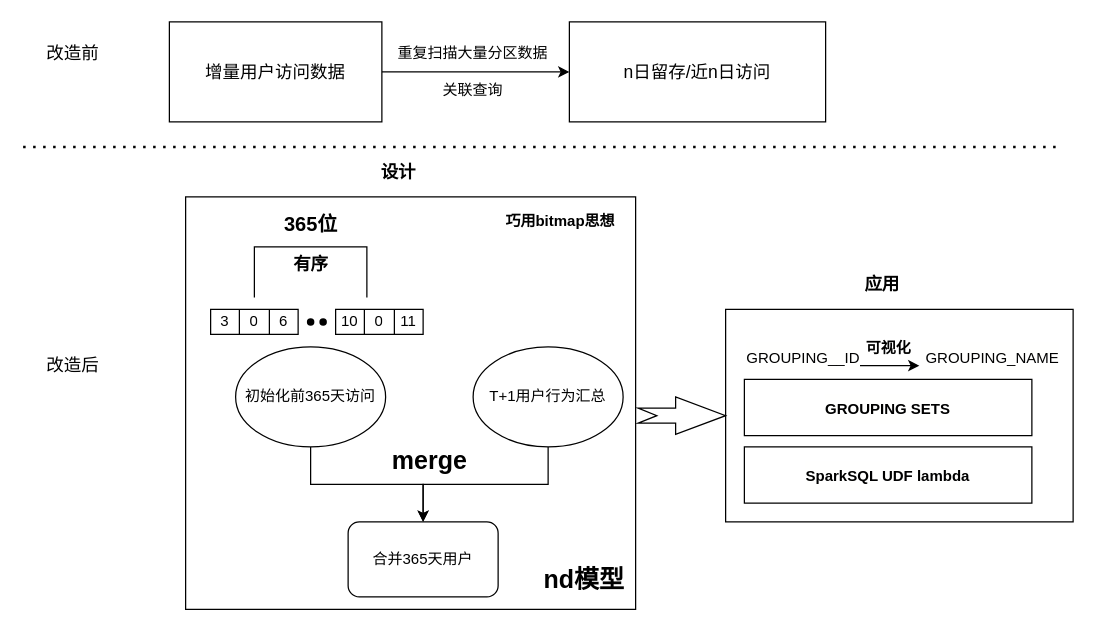
Above: nd模型原理图.drawio in mineminemine123/work-wiki (draw.io), before the change. Source tidied: cells renumbered, new cells numbered last; positions are measured from the earlier drawing's top-left corner, leaving out a move shared by most shapes. Both pictures are drawn from the tidied source at 125%, with x=0, y=0 at pixel (22, 21).
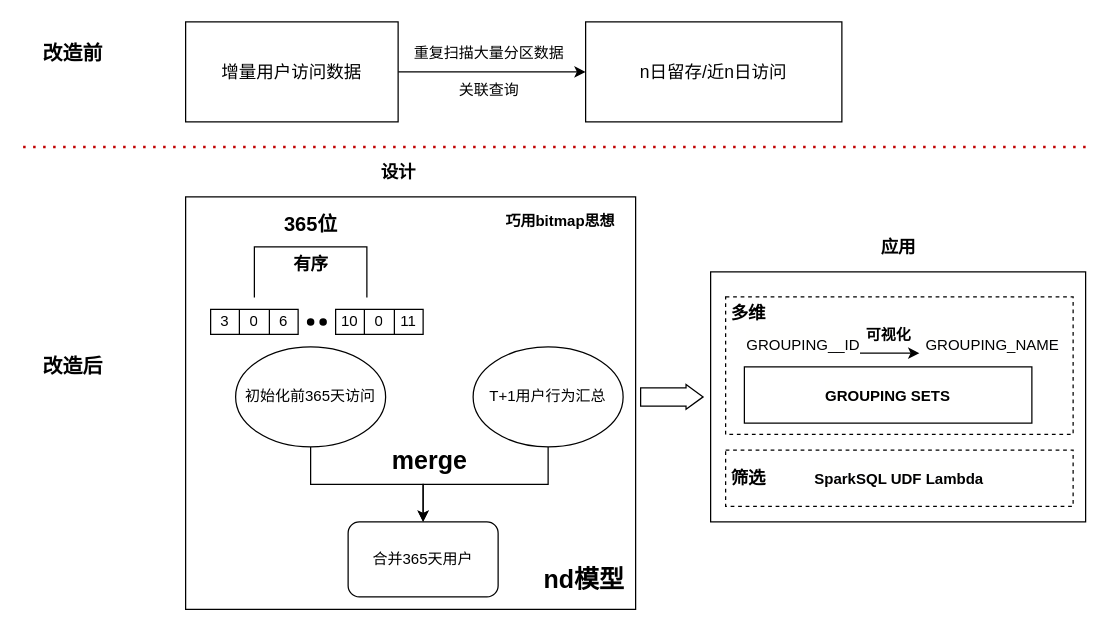
Above is the later version.

Commit message:
更新nd模型原理图.drawio

What changed in the source:
```diff
@@
+    <mxCell id="45" style="rounded=0;whiteSpace=wrap;html=1;fontFamily=微软雅黑;" parent="1" vertex="1">
+      <mxGeometry x="550" y="200" width="300" height="200" as="geometry" />
+    </mxCell>
-    <mxCell id="2" style="rounded=0;whiteSpace=wrap;html=1;fontSize=14;fontColor=#000000;fontFamily=微软雅黑;" parent="1" vertex="1">
-      <mxGeometry x="562" y="230" width="278" height="170" as="geometry" />
+    <mxCell id="2" style="rounded=0;whiteSpace=wrap;html=1;fontSize=14;fontColor=#000000;fontFamily=微软雅黑;dashed=1;" parent="1" vertex="1">
+      <mxGeometry x="562" y="220" width="278" height="110" as="geometry" />
     </mxCell>
@@
     <mxCell id="28" value="&lt;div style=&quot;background-color: rgb(255, 255, 254); line-height: 24px;&quot;&gt;&lt;b&gt;GROUPING&amp;nbsp;SETS&lt;/b&gt;&lt;/div&gt;" style="rounded=0;whiteSpace=wrap;html=1;fontFamily=微软雅黑;" parent="1" vertex="1">
-      <mxGeometry x="577" y="286" width="230" height="45" as="geometry" />
+      <mxGeometry x="577" y="276" width="230" height="45" as="geometry" />
     </mxCell>
     <mxCell id="29" style="edgeStyle=orthogonalEdgeStyle;rounded=0;jettySize=auto;html=1;fontSize=14;fontColor=#000000;fontFamily=微软雅黑;" parent="1" edge="1" source="30">
       <mxGeometry relative="1" as="geometry">
-        <mxPoint x="717" y="275" as="targetPoint" />
+        <mxPoint x="717" y="265" as="targetPoint" />
       </mxGeometry>
     </mxCell>
     <mxCell id="30" value="&lt;div style=&quot;color: rgb(0, 0, 0); background-color: rgb(255, 255, 254); font-weight: normal; font-size: 12px; line-height: 24px;&quot;&gt;&lt;div&gt;&lt;span style=&quot;color: #000000;&quot;&gt;GROUPING__ID&lt;/span&gt;&lt;/div&gt;&lt;/div&gt;" style="text;whiteSpace=wrap;html=1;fontSize=14;fontColor=#000000;fontFamily=微软雅黑;" parent="1" vertex="1">
-      <mxGeometry x="577" y="250" width="90" height="50" as="geometry" />
+      <mxGeometry x="577" y="240" width="90" height="50" as="geometry" />
     </mxCell>
     <mxCell id="31" value="&lt;div style=&quot;color: rgb(0, 0, 0); background-color: rgb(255, 255, 254); font-weight: normal; font-size: 12px; line-height: 24px;&quot;&gt;&lt;div&gt;&lt;span style=&quot;color: #000000;&quot;&gt;&amp;nbsp;&lt;/span&gt;GROUPING_NAME&lt;/div&gt;&lt;/div&gt;" style="text;whiteSpace=wrap;html=1;fontSize=14;fontColor=#000000;fontFamily=微软雅黑;" parent="1" vertex="1">
-      <mxGeometry x="717" y="250" width="110" height="50" as="geometry" />
+      <mxGeometry x="717" y="240" width="110" height="50" as="geometry" />
     </mxCell>
     <mxCell id="32" value="&lt;font style=&quot;font-size: 12px;&quot;&gt;可视化&lt;/font&gt;" style="text;strokeColor=none;fillColor=none;html=1;fontSize=14;fontStyle=1;verticalAlign=middle;align=center;fontColor=#000000;fontFamily=微软雅黑;" parent="1" vertex="1">
-      <mxGeometry x="642" y="240" width="100" height="40" as="geometry" />
+      <mxGeometry x="642" y="230" width="100" height="40" as="geometry" />
     </mxCell>
@@
-    <mxCell id="34" value="应用" style="text;strokeColor=none;fillColor=none;html=1;fontSize=14;fontStyle=1;verticalAlign=middle;align=center;fontColor=#000000;fontFamily=微软雅黑;" parent="1" vertex="1">
-      <mxGeometry x="637" y="190" width="100" height="40" as="geometry" />
+    <mxCell id="34" value="多维" style="text;strokeColor=none;fillColor=none;html=1;fontSize=14;fontStyle=1;verticalAlign=middle;align=center;fontColor=#000000;fontFamily=微软雅黑;" parent="1" vertex="1">
+      <mxGeometry x="530" y="212.5" width="100" height="40" as="geometry" />
     </mxCell>
-    <mxCell id="35" style="html=1;shadow=0;dashed=0;align=center;verticalAlign=middle;shape=mxgraph.arrows2.arrow;dy=0.6;dx=40;notch=15;fontSize=14;fontColor=#000000;fontFamily=微软雅黑;" parent="1" vertex="1">
-      <mxGeometry x="492" y="300" width="70" height="30" as="geometry" />
-    </mxCell>
-    <mxCell id="36" value="&lt;div style=&quot;background-color: rgb(255, 255, 254); line-height: 24px;&quot;&gt;&lt;b style=&quot;border-color: var(--border-color); text-align: left;&quot;&gt;SparkSQL UDF lambda&lt;/b&gt;&lt;br&gt;&lt;/div&gt;" style="rounded=0;whiteSpace=wrap;html=1;fontFamily=微软雅黑;" parent="1" vertex="1">
-      <mxGeometry x="577" y="340" width="230" height="45" as="geometry" />
+    <mxCell id="36" value="&lt;div style=&quot;background-color: rgb(255, 255, 254); line-height: 24px;&quot;&gt;&lt;b style=&quot;border-color: var(--border-color); text-align: left;&quot;&gt;SparkSQL UDF Lambda&lt;/b&gt;&lt;br&gt;&lt;/div&gt;" style="rounded=0;whiteSpace=wrap;html=1;fontFamily=微软雅黑;dashed=1;" parent="1" vertex="1">
+      <mxGeometry x="562" y="342.5" width="278" height="45" as="geometry" />
     </mxCell>
-    <mxCell id="37" style="endArrow=none;dashed=1;html=1;dashPattern=1 3;strokeWidth=2;rounded=0;fontFamily=微软雅黑;" parent="1" edge="1">
+    <mxCell id="37" style="endArrow=none;dashed=1;html=1;dashPattern=1 3;strokeWidth=2;rounded=0;fontFamily=微软雅黑;strokeColor=#C00000;" parent="1" edge="1">
       <mxGeometry relative="1" as="geometry">
         <mxPoint y="100" as="sourcePoint" />
-        <mxPoint x="830" y="100" as="targetPoint" />
+        <mxPoint x="850" y="100" as="targetPoint" />
       </mxGeometry>
     </mxCell>
-    <mxCell id="38" value="&lt;font style=&quot;font-size: 14px;&quot;&gt;改造后&lt;/font&gt;" style="text;html=1;strokeColor=none;fillColor=none;align=center;verticalAlign=middle;whiteSpace=wrap;rounded=0;fontFamily=微软雅黑;" parent="1" vertex="1">
+    <mxCell id="38" value="&lt;font size=&quot;1&quot; style=&quot;&quot;&gt;&lt;b style=&quot;font-size: 16px;&quot;&gt;改造后&lt;/b&gt;&lt;/font&gt;" style="text;html=1;strokeColor=none;fillColor=none;align=center;verticalAlign=middle;whiteSpace=wrap;rounded=0;fontFamily=微软雅黑;" parent="1" vertex="1">
       <mxGeometry x="10" y="260" width="60" height="30" as="geometry" />
     </mxCell>
-    <mxCell id="39" value="&lt;font style=&quot;font-size: 14px;&quot;&gt;改造前&lt;/font&gt;" style="text;html=1;strokeColor=none;fillColor=none;align=center;verticalAlign=middle;whiteSpace=wrap;rounded=0;fontFamily=微软雅黑;" parent="1" vertex="1">
+    <mxCell id="39" value="&lt;font size=&quot;1&quot; style=&quot;&quot;&gt;&lt;b style=&quot;font-size: 16px;&quot;&gt;改造前&lt;/b&gt;&lt;/font&gt;" style="text;html=1;strokeColor=none;fillColor=none;align=center;verticalAlign=middle;whiteSpace=wrap;rounded=0;fontFamily=微软雅黑;" parent="1" vertex="1">
       <mxGeometry x="10" y="10" width="60" height="30" as="geometry" />
     </mxCell>
@@
     <mxCell id="41" value="增量用户访问数据" style="rounded=0;whiteSpace=wrap;html=1;fontSize=14;fontFamily=微软雅黑;" parent="1" vertex="1">
-      <mxGeometry x="117" width="170" height="80" as="geometry" />
+      <mxGeometry x="130" width="170" height="80" as="geometry" />
     </mxCell>
     <mxCell id="42" value="n日留存/近n日访问" style="rounded=0;whiteSpace=wrap;html=1;fontSize=14;fontFamily=微软雅黑;" parent="1" vertex="1">
-      <mxGeometry x="437" width="205" height="80" as="geometry" />
+      <mxGeometry x="450" width="205" height="80" as="geometry" />
     </mxCell>
     <mxCell id="43" value="重复扫描大量分区数据" style="text;html=1;strokeColor=none;fillColor=none;align=center;verticalAlign=middle;whiteSpace=wrap;rounded=0;fontFamily=微软雅黑;" parent="1" vertex="1">
-      <mxGeometry x="290" y="10" width="140" height="30" as="geometry" />
+      <mxGeometry x="303" y="10" width="140" height="30" as="geometry" />
     </mxCell>
     <mxCell id="44" value="关联查询" style="text;html=1;strokeColor=none;fillColor=none;align=center;verticalAlign=middle;whiteSpace=wrap;rounded=0;fontFamily=微软雅黑;" parent="1" vertex="1">
-      <mxGeometry x="290" y="40" width="140" height="30" as="geometry" />
+      <mxGeometry x="303" y="40" width="140" height="30" as="geometry" />
     </mxCell>
+    <mxCell id="46" value="筛选" style="text;strokeColor=none;fillColor=none;html=1;fontSize=14;fontStyle=1;verticalAlign=middle;align=center;fontColor=#000000;fontFamily=微软雅黑;" parent="1" vertex="1">
+      <mxGeometry x="530" y="345" width="100" height="40" as="geometry" />
+    </mxCell>
+    <mxCell id="47" value="应用" style="text;strokeColor=none;fillColor=none;html=1;fontSize=14;fontStyle=1;verticalAlign=middle;align=center;fontColor=#000000;fontFamily=微软雅黑;sketch=1;curveFitting=1;jiggle=2;" parent="1" vertex="1">
+      <mxGeometry x="650" y="160" width="100" height="40" as="geometry" />
+    </mxCell>
+    <mxCell id="48" style="html=1;shadow=0;dashed=0;align=center;verticalAlign=middle;shape=mxgraph.arrows2.arrow;dy=0.27;dx=13.67;notch=0;fontFamily=微软雅黑;" parent="1" vertex="1">
+      <mxGeometry x="494" y="290" width="50" height="20" as="geometry" />
+    </mxCell>
```
